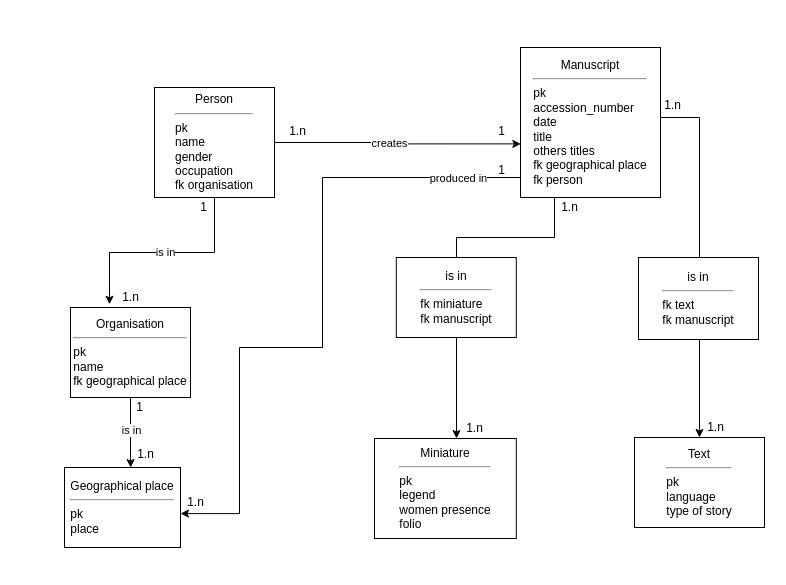
Above: Diagramme_manuscrits_enlluminés.drawio in ellieiri/enluminures_arthuriennes (draw.io), before the change. Source tidied: cells renumbered, new cells numbered last; positions are measured from the earlier drawing's top-left corner, leaving out a move shared by most shapes. Both pictures are drawn from the tidied source at 100%, with x=0, y=0 at pixel (64, 47).
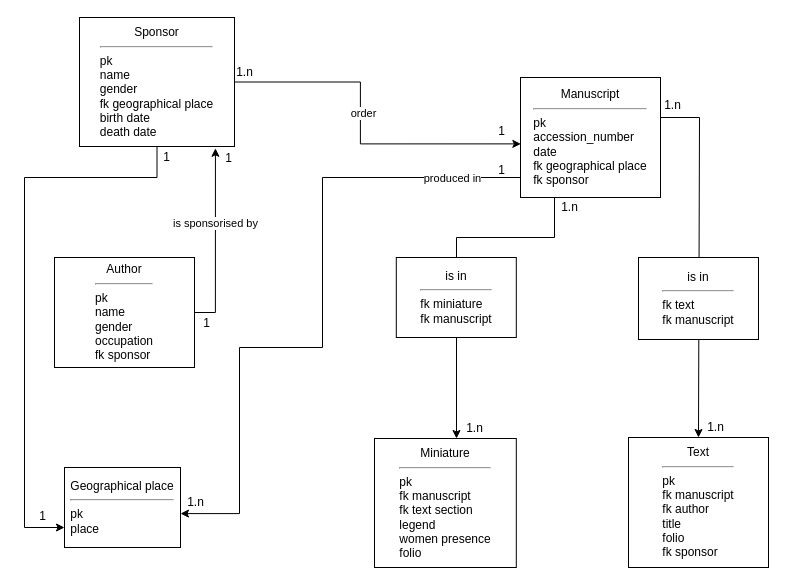
Above is the later version.

Commit message:
Mettre à jour Diagramme_manuscrits_enlluminés.drawio

The change refers to these unchanged cells:
```xml
<mxCell id="12" value="&lt;div&gt;Geographical place&lt;br&gt;&lt;/div&gt;&lt;div&gt;&lt;hr&gt;&lt;/div&gt;&lt;div align=&quot;left&quot;&gt;pk&lt;/div&gt;&lt;div align=&quot;left&quot;&gt;place&lt;br&gt;&lt;/div&gt;" style="rounded=0;whiteSpace=wrap;html=1;" parent="1" vertex="1">
  <mxGeometry y="420" width="116" height="80" as="geometry" />
</mxCell>
<mxCell id="13" style="edgeStyle=orthogonalEdgeStyle;rounded=0;jettySize=auto;html=1;entryX=1.152;entryY=0.913;entryDx=0;entryDy=0;entryPerimeter=0;" parent="1" edge="1" source="17" target="20">
  <mxGeometry relative="1" as="geometry" />
</mxCell>
```

What changed in the source:
```diff
@@
-    <mxCell id="6" value="&lt;div&gt;Manuscript&lt;/div&gt;&lt;div&gt;&lt;hr&gt;&lt;/div&gt;&lt;div align=&quot;left&quot;&gt;pk&lt;/div&gt;&lt;div align=&quot;left&quot;&gt;accession_number&lt;/div&gt;&lt;div align=&quot;left&quot;&gt;date&lt;/div&gt;&lt;div align=&quot;left&quot;&gt;title&lt;/div&gt;&lt;div align=&quot;left&quot;&gt;others titles&lt;/div&gt;&lt;div align=&quot;left&quot;&gt;fk geographical place&lt;/div&gt;&lt;div align=&quot;left&quot;&gt;fk person&lt;br&gt;&lt;/div&gt;" style="rounded=0;whiteSpace=wrap;html=1;" parent="1" vertex="1">
-      <mxGeometry x="456" width="140" height="150" as="geometry" />
+    <mxCell id="6" value="&lt;div&gt;Manuscript&lt;/div&gt;&lt;div&gt;&lt;hr&gt;&lt;/div&gt;&lt;div align=&quot;left&quot;&gt;pk&lt;/div&gt;&lt;div align=&quot;left&quot;&gt;accession_number&lt;/div&gt;&lt;div align=&quot;left&quot;&gt;date&lt;/div&gt;&lt;div align=&quot;left&quot;&gt;fk geographical place&lt;/div&gt;&lt;div align=&quot;left&quot;&gt;fk sponsor&lt;br&gt;&lt;/div&gt;" style="rounded=0;whiteSpace=wrap;html=1;" parent="1" vertex="1">
+      <mxGeometry x="456" y="30" width="140" height="120" as="geometry" />
     </mxCell>
-    <mxCell id="7" style="edgeStyle=orthogonalEdgeStyle;rounded=0;jettySize=auto;html=1;entryX=0.571;entryY=0.001;entryDx=0;entryDy=0;entryPerimeter=0;" parent="1" edge="1" source="9" target="12">
-      <mxGeometry relative="1" as="geometry">
-        <Array as="points">
-          <mxPoint x="66" y="410" />
-          <mxPoint x="66" y="410" />
-        </Array>
-      </mxGeometry>
-    </mxCell>
-    <mxCell id="8" value="is in" style="edgeLabel;html=1;align=center;verticalAlign=middle;" parent="7" vertex="1">
-      <mxGeometry x="-0.08" y="-1" relative="1" as="geometry">
-        <mxPoint x="1" as="offset" />
-      </mxGeometry>
-    </mxCell>
+    <mxCell id="32" style="edgeStyle=orthogonalEdgeStyle;rounded=0;jettySize=auto;html=1;entryX=0.877;entryY=1.014;entryDx=0;entryDy=0;entryPerimeter=0;" parent="1" edge="1" source="9" target="17">
+      <mxGeometry relative="1" as="geometry">
+        <Array as="points">
+          <mxPoint x="151" y="265" />
+        </Array>
+      </mxGeometry>
+    </mxCell>
+    <mxCell id="33" value="is sponsorised by" style="edgeLabel;html=1;align=center;verticalAlign=middle;" parent="32" vertex="1">
+      <mxGeometry x="0.19" relative="1" as="geometry" />
+    </mxCell>
-    <mxCell id="9" value="&lt;div&gt;Organisation&lt;br&gt;&lt;/div&gt;&lt;div&gt;&lt;hr&gt;&lt;/div&gt;&lt;div align=&quot;left&quot;&gt;pk&lt;br&gt;name&lt;/div&gt;&lt;div align=&quot;left&quot;&gt;fk geographical place&lt;br&gt;&lt;/div&gt;" style="rounded=0;whiteSpace=wrap;html=1;" parent="1" vertex="1">
-      <mxGeometry x="6" y="260" width="120" height="90" as="geometry" />
+    <mxCell id="9" value="&lt;div&gt;Author&lt;br&gt;&lt;/div&gt;&lt;div&gt;&lt;hr&gt;&lt;/div&gt;&lt;div align=&quot;left&quot;&gt;pk&lt;br&gt;name&lt;/div&gt;&lt;div align=&quot;left&quot;&gt;gender&lt;/div&gt;&lt;div align=&quot;left&quot;&gt;occupation&lt;/div&gt;&lt;div align=&quot;left&quot;&gt;fk sponsor&lt;br&gt;&lt;/div&gt;" style="rounded=0;whiteSpace=wrap;html=1;" parent="1" vertex="1">
+      <mxGeometry x="-10" y="210" width="140" height="110" as="geometry" />
     </mxCell>
-    <mxCell id="10" value="&lt;div&gt;Miniature&lt;br&gt;&lt;/div&gt;&lt;div&gt;&lt;hr&gt;&lt;/div&gt;&lt;div align=&quot;left&quot;&gt;pk&lt;/div&gt;&lt;div align=&quot;left&quot;&gt;legend&lt;/div&gt;&lt;div align=&quot;left&quot;&gt;women presence&lt;/div&gt;&lt;div align=&quot;left&quot;&gt;folio&lt;br&gt;&lt;/div&gt;" style="rounded=0;whiteSpace=wrap;html=1;" parent="1" vertex="1">
-      <mxGeometry x="310" y="391" width="141.8" height="100" as="geometry" />
+    <mxCell id="10" value="&lt;div&gt;Miniature&lt;br&gt;&lt;/div&gt;&lt;div&gt;&lt;hr&gt;&lt;/div&gt;&lt;div align=&quot;left&quot;&gt;pk&lt;/div&gt;&lt;div align=&quot;left&quot;&gt;fk manuscript&lt;/div&gt;&lt;div align=&quot;left&quot;&gt;fk text section&lt;br&gt;&lt;/div&gt;&lt;div align=&quot;left&quot;&gt;legend&lt;/div&gt;&lt;div align=&quot;left&quot;&gt;women presence&lt;/div&gt;&lt;div align=&quot;left&quot;&gt;folio&lt;br&gt;&lt;/div&gt;" style="rounded=0;whiteSpace=wrap;html=1;" parent="1" vertex="1">
+      <mxGeometry x="310" y="391" width="141.8" height="129" as="geometry" />
     </mxCell>
-    <mxCell id="11" value="&lt;div align=&quot;center&quot;&gt;Text&lt;/div&gt;&lt;div align=&quot;center&quot;&gt;&lt;hr&gt;&lt;/div&gt;&lt;div align=&quot;left&quot;&gt;pk&lt;/div&gt;&lt;div align=&quot;left&quot;&gt;language&lt;/div&gt;&lt;div align=&quot;left&quot;&gt;type of story&lt;br&gt;&lt;/div&gt;" style="rounded=0;whiteSpace=wrap;html=1;align=center;" parent="1" vertex="1">
-      <mxGeometry x="570" y="390" width="130" height="90" as="geometry" />
+    <mxCell id="11" value="&lt;div align=&quot;center&quot;&gt;Text&lt;/div&gt;&lt;div align=&quot;center&quot;&gt;&lt;hr&gt;&lt;/div&gt;&lt;div align=&quot;left&quot;&gt;pk&lt;/div&gt;&lt;div align=&quot;left&quot;&gt;fk manuscript&lt;br&gt;&lt;/div&gt;&lt;div align=&quot;left&quot;&gt;fk author&lt;br&gt;&lt;/div&gt;&lt;div align=&quot;left&quot;&gt;title&lt;/div&gt;&lt;div align=&quot;left&quot;&gt;folio&lt;/div&gt;&lt;div align=&quot;left&quot;&gt;fk sponsor&lt;br&gt;&lt;/div&gt;" style="rounded=0;whiteSpace=wrap;html=1;align=center;" parent="1" vertex="1">
+      <mxGeometry x="564" y="390" width="140" height="130" as="geometry" />
     </mxCell>
@@
-    <mxCell id="14" value="creates" style="edgeLabel;html=1;align=center;verticalAlign=middle;" parent="13" vertex="1">
+    <mxCell id="14" value="order" style="edgeLabel;html=1;align=center;verticalAlign=middle;" parent="13" vertex="1">
       <mxGeometry x="-0.1" y="1" relative="1" as="geometry">
-        <mxPoint x="5" as="offset" />
+        <mxPoint x="2" as="offset" />
       </mxGeometry>
     </mxCell>
-    <mxCell id="15" style="edgeStyle=orthogonalEdgeStyle;rounded=0;jettySize=auto;html=1;entryX=0.325;entryY=-0.036;entryDx=0;entryDy=0;entryPerimeter=0;" parent="1" edge="1" source="17" target="9">
-      <mxGeometry relative="1" as="geometry" />
-    </mxCell>
-    <mxCell id="16" value="is in" style="edgeLabel;html=1;align=center;verticalAlign=middle;" parent="15" vertex="1">
-      <mxGeometry x="0.03" y="-1" relative="1" as="geometry">
-        <mxPoint x="4" as="offset" />
-      </mxGeometry>
-    </mxCell>
+    <mxCell id="34" style="edgeStyle=orthogonalEdgeStyle;rounded=0;jettySize=auto;html=1;entryX=0;entryY=0.75;entryDx=0;entryDy=0;" parent="1" edge="1" source="17" target="12">
+      <mxGeometry relative="1" as="geometry">
+        <Array as="points">
+          <mxPoint x="93" y="130" />
+          <mxPoint x="-40" y="130" />
+          <mxPoint x="-40" y="480" />
+        </Array>
+      </mxGeometry>
+    </mxCell>
-    <mxCell id="17" value="&lt;div&gt;Person&lt;br&gt;&lt;/div&gt;&lt;div&gt;&lt;hr&gt;&lt;/div&gt;&lt;div align=&quot;left&quot;&gt;pk&lt;/div&gt;&lt;div align=&quot;left&quot;&gt;name&lt;/div&gt;&lt;div align=&quot;left&quot;&gt;gender&lt;/div&gt;&lt;div align=&quot;left&quot;&gt;occupation&lt;/div&gt;&lt;div align=&quot;left&quot;&gt;fk organisation&lt;br&gt;&lt;/div&gt;" style="rounded=0;whiteSpace=wrap;html=1;" parent="1" vertex="1">
-      <mxGeometry x="90" y="40" width="120" height="110" as="geometry" />
+    <mxCell id="17" value="&lt;div&gt;Sponsor&lt;br&gt;&lt;/div&gt;&lt;div&gt;&lt;hr&gt;&lt;/div&gt;&lt;div align=&quot;left&quot;&gt;pk&lt;/div&gt;&lt;div align=&quot;left&quot;&gt;name&lt;/div&gt;&lt;div align=&quot;left&quot;&gt;gender&lt;/div&gt;&lt;div align=&quot;left&quot;&gt;fk geographical place&lt;br&gt;&lt;/div&gt;&lt;div align=&quot;left&quot;&gt;birth date&lt;/div&gt;&lt;div align=&quot;left&quot;&gt;death date&lt;br&gt;&lt;/div&gt;" style="rounded=0;whiteSpace=wrap;html=1;" parent="1" vertex="1">
+      <mxGeometry x="15" y="-30" width="155" height="129" as="geometry" />
     </mxCell>
@@
     <mxCell id="21" value="1.n" style="text;html=1;align=center;verticalAlign=middle;strokeColor=none;fillColor=none;" parent="1" vertex="1">
-      <mxGeometry x="213" y="69" width="40" height="30" as="geometry" />
+      <mxGeometry x="160" y="10" width="40" height="30" as="geometry" />
     </mxCell>
@@
-    <mxCell id="23" value="1" style="text;html=1;align=center;verticalAlign=middle;strokeColor=none;fillColor=none;" parent="1" vertex="1">
-      <mxGeometry x="60" y="345" width="30" height="30" as="geometry" />
-    </mxCell>
-    <mxCell id="24" value="1" style="text;html=1;align=center;verticalAlign=middle;strokeColor=none;fillColor=none;" parent="1" vertex="1">
-      <mxGeometry x="124" y="145" width="30" height="30" as="geometry" />
-    </mxCell>
-    <mxCell id="25" value="1.n" style="text;html=1;align=center;verticalAlign=middle;strokeColor=none;fillColor=none;" parent="1" vertex="1">
-      <mxGeometry x="46" y="235" width="40" height="30" as="geometry" />
-    </mxCell>
@@
-    <mxCell id="27" value="1.n" style="text;html=1;align=center;verticalAlign=middle;strokeColor=none;fillColor=none;" parent="1" vertex="1">
-      <mxGeometry x="61" y="392" width="40" height="30" as="geometry" />
-    </mxCell>
@@
+    <mxCell id="35" value="1" style="text;html=1;align=center;verticalAlign=middle;strokeColor=none;fillColor=none;" parent="1" vertex="1">
+      <mxGeometry x="87" y="95" width="30" height="30" as="geometry" />
+    </mxCell>
+    <mxCell id="36" value="1" style="text;html=1;align=center;verticalAlign=middle;strokeColor=none;fillColor=none;" parent="1" vertex="1">
+      <mxGeometry x="-37" y="454" width="30" height="30" as="geometry" />
+    </mxCell>
+    <mxCell id="37" value="1" style="text;html=1;align=center;verticalAlign=middle;strokeColor=none;fillColor=none;" parent="1" vertex="1">
+      <mxGeometry x="127" y="261" width="30" height="30" as="geometry" />
+    </mxCell>
+    <mxCell id="38" value="1" style="text;html=1;align=center;verticalAlign=middle;strokeColor=none;fillColor=none;" parent="1" vertex="1">
+      <mxGeometry x="149" y="96" width="30" height="30" as="geometry" />
+    </mxCell>
```
